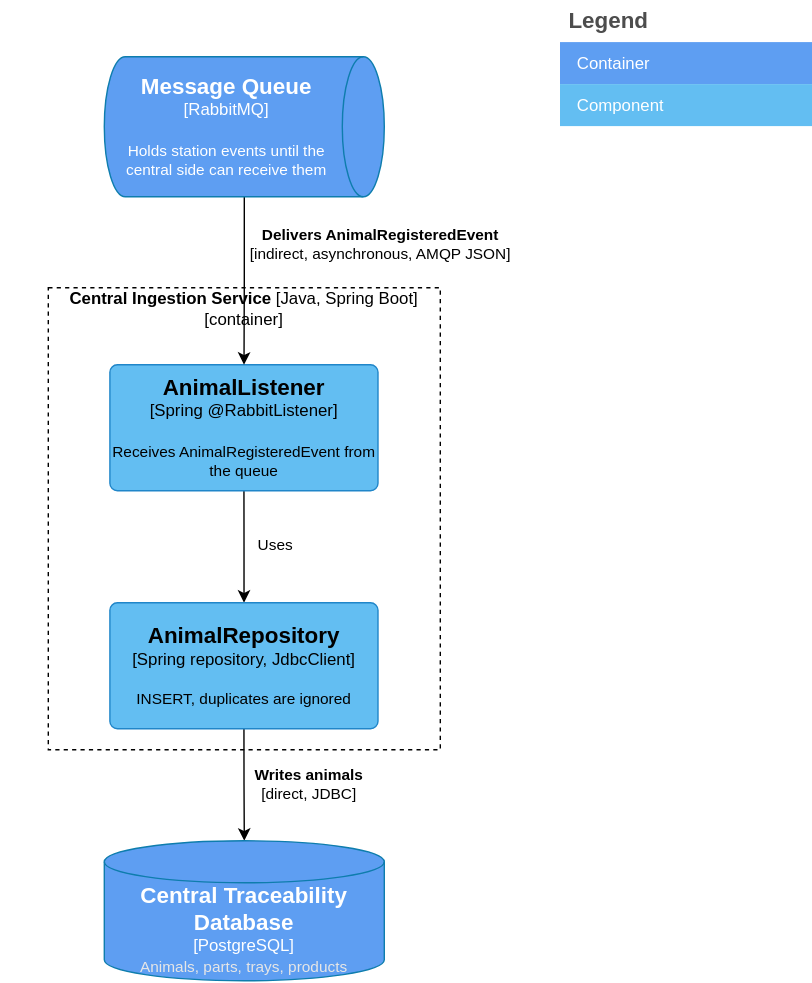
Above: documentation/DSY_C3_IngestionService.drawio.svg in mforbeskr/DSY_Project (draw.io), before the change. Source tidied: cells renumbered, new cells last; positions are measured from the earlier drawing's top-left corner, leaving out a move shared by most shapes.
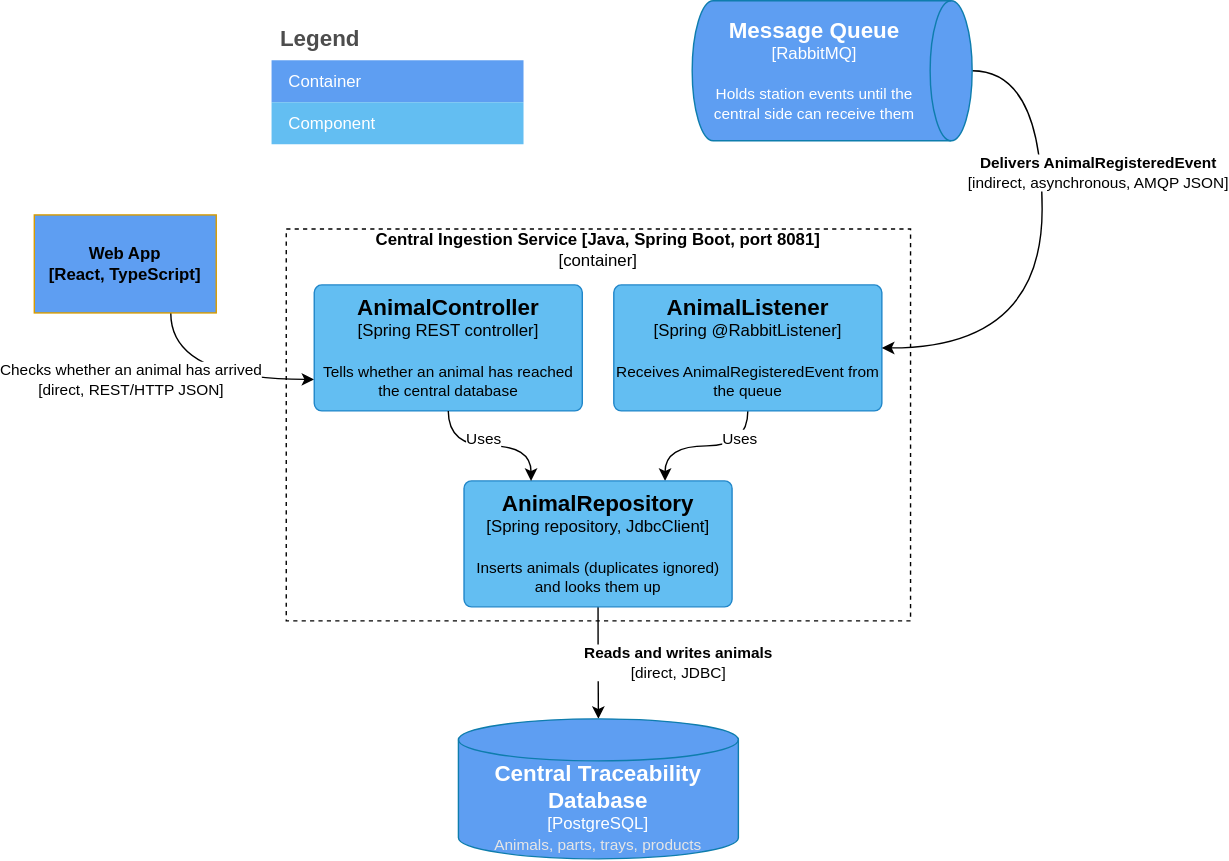
Later version of the same file.

Diff of the diagram source:
```diff
@@ -3,57 +3,62 @@
     <mxCell id="0" />
     <mxCell id="1" parent="0" />
     <mxCell id="2" style="rounded=0;whiteSpace=wrap;html=1;fillColor=none;dashed=1;" parent="1" vertex="1">
-      <mxGeometry x="34" y="205" width="280" height="330" as="geometry" />
+      <mxGeometry x="50" y="170" width="446" height="280" as="geometry" />
     </mxCell>
-    <mxCell id="3" value="Central Ingestion Service &lt;span style=&quot;font-weight: normal;&quot;&gt;[Java, Spring Boot]&lt;br&gt;[container]&lt;/span&gt;" style="text;html=1;whiteSpace=wrap;strokeColor=none;fillColor=none;align=center;verticalAlign=middle;rounded=0;fontStyle=1;" parent="1" vertex="1">
-      <mxGeometry y="205" width="348" height="30" as="geometry" />
+    <mxCell id="3" value="Central Ingestion Service [Java, Spring Boot, port 8081]&lt;br&gt;&lt;span style=&quot;font-weight: normal;&quot;&gt;[container]&lt;/span&gt;" style="text;html=1;whiteSpace=wrap;strokeColor=none;fillColor=none;align=center;verticalAlign=middle;rounded=0;fontStyle=1;flipV=1;legacyAnchorPoints=0;flipH=0;" parent="1" vertex="1">
+      <mxGeometry x="99" y="170" width="348" height="30" as="geometry" />
     </mxCell>
-    <mxCell id="4" style="edgeStyle=orthogonalEdgeStyle;rounded=0;jettySize=auto;html=1;exitX=0.5;exitY=1;exitDx=0;exitDy=0;exitPerimeter=0;defaultLabelBackgroundColor=page;" parent="1" edge="1" source="6" target="9">
-      <mxGeometry relative="1" as="geometry" />
+    <mxCell id="4" style="edgeStyle=orthogonalEdgeStyle;rounded=0;jettySize=auto;html=1;exitX=0.5;exitY=1;exitDx=0;exitDy=0;exitPerimeter=0;defaultLabelBackgroundColor=page;curved=1;curveGeometry=1;entryX=0.75;entryY=0;entryDx=0;entryDy=0;entryPerimeter=0;" parent="1" edge="1" source="6" target="9">
+      <mxGeometry x="0.01" relative="1" as="geometry" />
     </mxCell>
     <mxCell id="5" value="Uses" style="edgeLabel;html=1;align=center;verticalAlign=middle;inheritText=1;defaultLabelBackgroundColor=page;" parent="4" vertex="1">
       <mxGeometry x="0.2" y="-3" relative="1" as="geometry">
-        <mxPoint x="25" y="-9" as="offset" />
+        <mxPoint x="32" y="-3" as="offset" />
       </mxGeometry>
     </mxCell>
     <object id="6" label="&lt;font style=&quot;font-size: 16px&quot;&gt;&lt;b&gt;%c4Name%&lt;/b&gt;&lt;/font&gt;&lt;div&gt;[%c4Technology%]&lt;/div&gt;&lt;br&gt;&lt;div&gt;&lt;font style=&quot;font-size: 11px&quot;&gt;%c4Description%&lt;/font&gt;&lt;/div&gt;" c4Description="Receives AnimalRegisteredEvent from the queue" c4Name="AnimalListener" c4Technology="Spring @RabbitListener" c4Type="" placeholders="1">
       <mxCell style="rounded=1;whiteSpace=wrap;html=1;labelBackgroundColor=none;fillColor=#63BEF2;fontColor=#000000;align=center;arcSize=6;strokeColor=#2086C9;points=[[0.25,0,0],[0.5,0,0],[0.75,0,0],[1,0.25,0],[1,0.5,0],[1,0.75,0],[0.75,1,0],[0.5,1,0],[0.25,1,0],[0,0.75,0],[0,0.5,0],[0,0.25,0]];" parent="1" vertex="1">
-        <mxGeometry x="78" y="260" width="191.5" height="90" as="geometry" />
+        <mxGeometry x="284" y="210" width="191.5" height="90" as="geometry" />
       </mxCell>
     </object>
     <mxCell id="7" style="edgeStyle=orthogonalEdgeStyle;rounded=0;jettySize=auto;html=1;exitX=0.5;exitY=1;exitDx=0;exitDy=0;exitPerimeter=0;defaultLabelBackgroundColor=page;" parent="1" edge="1" source="9" target="13">
       <mxGeometry relative="1" as="geometry" />
     </mxCell>
-    <mxCell id="8" value="&lt;b&gt;Writes animals&lt;/b&gt;&lt;br&gt;[direct, JDBC]" style="edgeLabel;html=1;align=center;verticalAlign=middle;inheritText=1;defaultLabelBackgroundColor=page;" parent="7" vertex="1">
+    <mxCell id="8" value="&lt;b&gt;Reads and writes animals&lt;/b&gt;&lt;br&gt;[direct, JDBC]" style="edgeLabel;html=1;align=center;verticalAlign=middle;inheritText=1;defaultLabelBackgroundColor=page;" parent="7" vertex="1">
       <mxGeometry x="-0.08" y="4" relative="1" as="geometry">
-        <mxPoint x="42" y="3" as="offset" />
+        <mxPoint x="53" y="3" as="offset" />
       </mxGeometry>
     </mxCell>
-    <object id="9" label="&lt;font style=&quot;font-size: 16px&quot;&gt;&lt;b&gt;%c4Name%&lt;/b&gt;&lt;/font&gt;&lt;div&gt;[%c4Technology%]&lt;/div&gt;&lt;br&gt;&lt;div&gt;&lt;font style=&quot;font-size: 11px&quot;&gt;%c4Description%&lt;/font&gt;&lt;/div&gt;" c4Description="INSERT, duplicates are ignored" c4Name="AnimalRepository" c4Technology="Spring repository, JdbcClient" c4Type="" placeholders="1">
+    <object id="9" label="&lt;font style=&quot;font-size: 16px&quot;&gt;&lt;b&gt;%c4Name%&lt;/b&gt;&lt;/font&gt;&lt;div&gt;[%c4Technology%]&lt;/div&gt;&lt;br&gt;&lt;div&gt;&lt;font style=&quot;font-size: 11px&quot;&gt;%c4Description%&lt;/font&gt;&lt;/div&gt;" c4Description="Inserts animals (duplicates ignored) and looks them up" c4Name="AnimalRepository" c4Technology="Spring repository, JdbcClient" c4Type="" placeholders="1">
       <mxCell style="rounded=1;whiteSpace=wrap;html=1;labelBackgroundColor=none;fillColor=#63BEF2;fontColor=#000000;align=center;arcSize=6;strokeColor=#2086C9;points=[[0.25,0,0],[0.5,0,0],[0.75,0,0],[1,0.25,0],[1,0.5,0],[1,0.75,0],[0.75,1,0],[0.5,1,0],[0.25,1,0],[0,0.75,0],[0,0.5,0],[0,0.25,0]];" parent="1" vertex="1">
-        <mxGeometry x="78" y="430" width="191.5" height="90" as="geometry" />
+        <mxGeometry x="177" y="350" width="191.5" height="90" as="geometry" />
       </mxCell>
     </object>
-    <mxCell id="10" style="edgeStyle=orthogonalEdgeStyle;rounded=0;jettySize=auto;html=1;exitX=1;exitY=0.5;exitDx=0;exitDy=0;exitPerimeter=0;defaultLabelBackgroundColor=page;" parent="1" edge="1" source="12" target="6">
-      <mxGeometry relative="1" as="geometry" />
+    <mxCell id="10" style="edgeStyle=orthogonalEdgeStyle;rounded=0;jettySize=auto;html=1;defaultLabelBackgroundColor=page;exitX=0.5;exitY=0;exitDx=0;exitDy=0;exitPerimeter=0;curved=1;curveGeometry=1;entryX=1;entryY=0.5;entryDx=0;entryDy=0;entryPerimeter=0;" parent="1" edge="1" source="12" target="6">
+      <mxGeometry x="-0.44" relative="1" as="geometry">
+        <Array as="points">
+          <mxPoint x="590" y="57" />
+          <mxPoint x="590" y="255" />
+        </Array>
+      </mxGeometry>
     </mxCell>
     <mxCell id="11" value="&lt;b&gt;Delivers AnimalRegisteredEvent&lt;/b&gt;&lt;br&gt;[indirect, asynchronous, AMQP JSON]" style="edgeLabel;html=1;align=center;verticalAlign=middle;inheritText=1;defaultLabelBackgroundColor=page;" parent="10" vertex="1">
-      <mxGeometry x="-0.55" y="4" relative="1" as="geometry">
-        <mxPoint x="92" y="6" as="offset" />
+      <mxGeometry x="-0.76" y="4" relative="1" as="geometry">
+        <mxPoint x="56" y="61" as="offset" />
       </mxGeometry>
     </mxCell>
     <object id="12" label="&lt;font style=&quot;font-size: 16px&quot;&gt;&lt;b&gt;%c4Name%&lt;/b&gt;&lt;/font&gt;&lt;div&gt;[%c4Technology%]&lt;/div&gt;&lt;br&gt;&lt;div&gt;&lt;font style=&quot;font-size: 11px&quot;&gt;&lt;font&gt;%c4Description%&lt;/font&gt;&lt;/font&gt;&lt;/div&gt;" c4Description="Holds station events until the central side can receive them" c4Name="Message Queue" c4Technology="RabbitMQ" placeholders="1">
       <mxCell style="shape=cylinder3;size=15;direction=south;whiteSpace=wrap;html=1;boundedLbl=1;rounded=0;labelBackgroundColor=none;fillColor=#5E9EF2;fontSize=12;fontColor=#FFFFFF;align=center;strokeColor=#0E7DAD;points=[[0.5,0,0],[1,0.25,0],[1,0.5,0],[1,0.75,0],[0.5,1,0],[0,0.75,0],[0,0.5,0],[0,0.25,0]];textShadow=0;labelBorderColor=none;" parent="1" vertex="1">
-        <mxGeometry x="74" y="40" width="200" height="100" as="geometry" />
+        <mxGeometry x="340" y="7" width="200" height="100" as="geometry" />
       </mxCell>
     </object>
     <object id="13" label="&lt;font style=&quot;font-size: 16px;&quot;&gt;&lt;b&gt;%c4Name%&lt;/b&gt;&lt;/font&gt;&lt;div&gt;[%c4Technology%]&lt;/div&gt;&lt;div&gt;&lt;font style=&quot;font-size: 11px;&quot;&gt;&lt;font color=&quot;#E6E6E6&quot;&gt;%c4Description%&lt;/font&gt;&lt;/font&gt;&lt;/div&gt;" c4Description="Animals, parts, trays, products" c4Name="Central Traceability Database" c4Technology="PostgreSQL" placeholders="1">
       <mxCell style="shape=cylinder3;size=15;whiteSpace=wrap;html=1;boundedLbl=1;rounded=0;labelBackgroundColor=none;fillColor=#5E9EF2;fontSize=12;fontColor=#ffffff;align=center;strokeColor=#0E7DAD;points=[[0.5,0,0],[1,0.25,0],[1,0.5,0],[1,0.75,0],[0.5,1,0],[0,0.75,0],[0,0.5,0],[0,0.25,0]];" parent="1" vertex="1">
-        <mxGeometry x="74" y="600" width="200" height="100" as="geometry" />
+        <mxGeometry x="173" y="520" width="200" height="100" as="geometry" />
       </mxCell>
     </object>
     <mxCell id="14" value="Legend" style="shape=table;startSize=30;fontSize=16;align=left;verticalAlign=top;fillColor=none;strokeColor=none;fontColor=#4D4D4D;fontStyle=1;spacingLeft=6;spacing=0;" parent="1" vertex="1">
-      <mxGeometry x="400" width="180" height="90" as="geometry" />
+      <mxGeometry x="40" y="20" width="180" height="90" as="geometry" />
     </mxCell>
     <mxCell id="15" style="shape=tableRow;horizontal=0;startSize=0;swimlaneHead=0;swimlaneBody=0;strokeColor=inherit;top=0;left=0;bottom=0;right=0;fillColor=none;fontSize=12;" parent="14" vertex="1">
       <mxGeometry y="30" width="180" height="30" as="geometry" />
@@ -67,5 +72,29 @@
     <mxCell id="18" value="Component" style="shape=partialRectangle;html=1;whiteSpace=wrap;strokeColor=inherit;overflow=hidden;fillColor=#63BEF2;top=0;left=0;bottom=0;right=0;fontSize=12;align=left;fontColor=#FFFFFF;gradientColor=none;spacingLeft=10;spacingRight=4;" parent="17" vertex="1">
       <mxGeometry width="180" height="30" as="geometry" />
     </mxCell>
+    <mxCell id="19" style="edgeStyle=orthogonalEdgeStyle;rounded=0;jettySize=auto;html=1;exitX=0.75;exitY=1;exitDx=0;exitDy=0;defaultLabelBackgroundColor=page;entryX=0;entryY=0.75;entryDx=0;entryDy=0;entryPerimeter=0;curved=1;curveGeometry=1;" parent="1" edge="1" source="21" target="22">
+      <mxGeometry relative="1" as="geometry" />
+    </mxCell>
+    <mxCell id="20" value="Checks whether an animal has arrived&lt;br&gt;[direct, REST/HTTP JSON]" style="edgeLabel;html=1;align=center;verticalAlign=middle;inheritText=1;defaultLabelBackgroundColor=page;" parent="19" vertex="1">
+      <mxGeometry x="-0.18" y="2" relative="1" as="geometry">
+        <mxPoint x="-59" y="12" as="offset" />
+      </mxGeometry>
+    </mxCell>
+    <mxCell id="21" value="&lt;b&gt;Web App &lt;br&gt;[React, TypeScript]&lt;/b&gt;" style="rounded=0;whiteSpace=wrap;html=1;fillColor=#5E9EF2;strokeColor=#d79b00;" parent="1" vertex="1">
+      <mxGeometry x="-130" y="160" width="130" height="70" as="geometry" />
+    </mxCell>
+    <object id="22" label="&lt;font style=&quot;font-size: 16px&quot;&gt;&lt;b&gt;%c4Name%&lt;/b&gt;&lt;/font&gt;&lt;div&gt;[%c4Technology%]&lt;/div&gt;&lt;br&gt;&lt;div&gt;&lt;font style=&quot;font-size: 11px&quot;&gt;%c4Description%&lt;/font&gt;&lt;/div&gt;" c4Description="Tells whether an animal has reached the central database" c4Name="AnimalController" c4Technology="Spring REST controller" placeholders="1">
+      <mxCell style="rounded=1;whiteSpace=wrap;html=1;labelBackgroundColor=none;fillColor=#63BEF2;fontColor=#000000;align=center;arcSize=6;strokeColor=#2086C9;points=[[0.25,0,0],[0.5,0,0],[0.75,0,0],[1,0.25,0],[1,0.5,0],[1,0.75,0],[0.75,1,0],[0.5,1,0],[0.25,1,0],[0,0.75,0],[0,0.5,0],[0,0.25,0]];" parent="1" vertex="1">
+        <mxGeometry x="70" y="210" width="191.5" height="90" as="geometry" />
+      </mxCell>
+    </object>
+    <mxCell id="23" style="edgeStyle=orthogonalEdgeStyle;rounded=0;jettySize=auto;html=1;exitX=0.5;exitY=1;exitDx=0;exitDy=0;exitPerimeter=0;entryX=0.25;entryY=0;entryDx=0;entryDy=0;entryPerimeter=0;defaultLabelBackgroundColor=page;curved=1;curveGeometry=1;" parent="1" edge="1" source="22" target="9">
+      <mxGeometry x="0.01" relative="1" as="geometry" />
+    </mxCell>
+    <mxCell id="24" value="Uses" style="edgeLabel;html=1;align=center;verticalAlign=middle;inheritText=1;defaultLabelBackgroundColor=page;" parent="23" vertex="1">
+      <mxGeometry x="-0.08" y="1" relative="1" as="geometry">
+        <mxPoint x="-2" y="-4" as="offset" />
+      </mxGeometry>
+    </mxCell>
   </root>
 </mxGraphModel>
```
